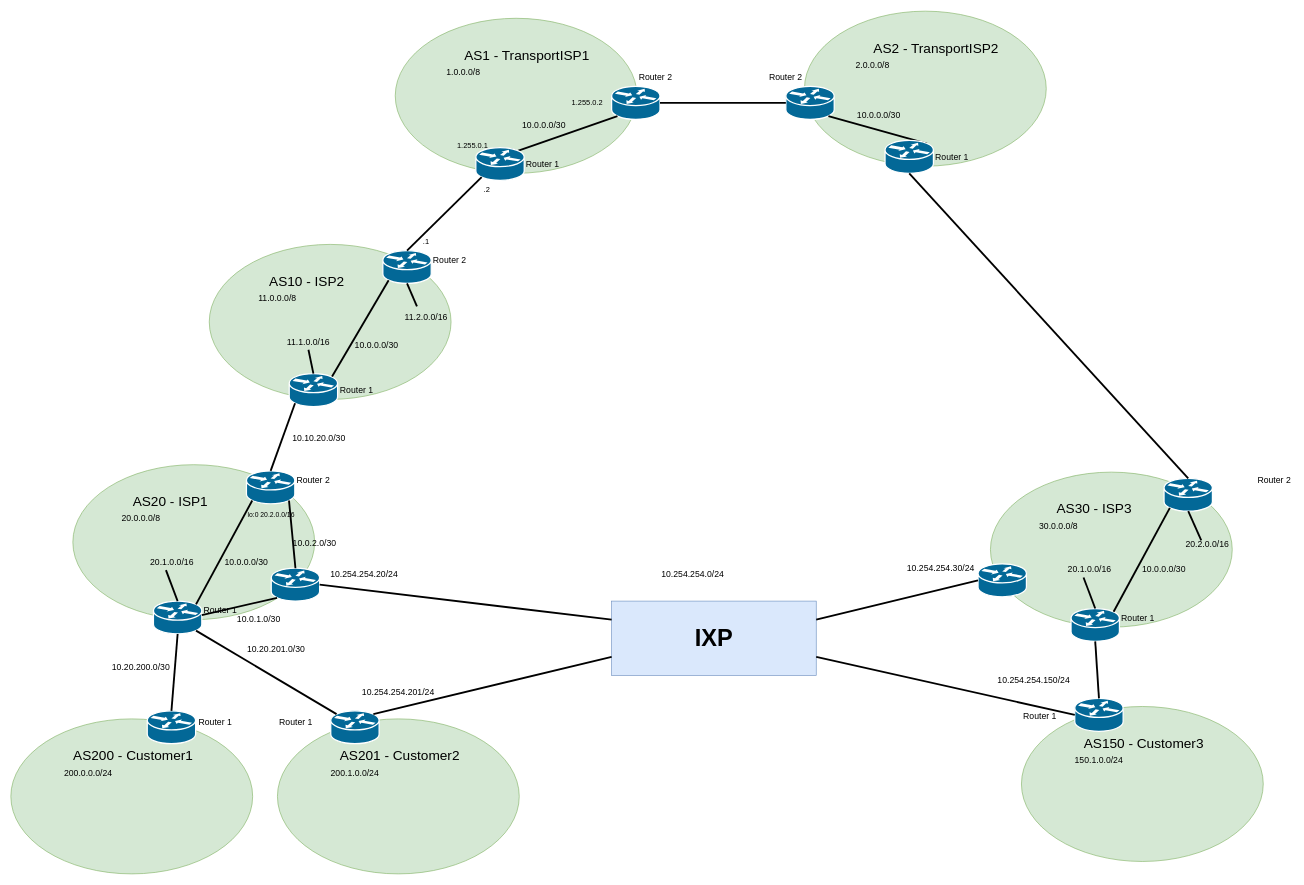
ThetaRangers/KatharaRPKI keeps this draw.io diagram as starting_topology.drawio. Above is the earlier version. Source tidied: cells renumbered, new cells numbered last; positions are measured from the earlier drawing's top-left corner, leaving out a move shared by most shapes. Both pictures are drawn from the tidied source at 62%, with x=0, y=0 at pixel (11, 11).
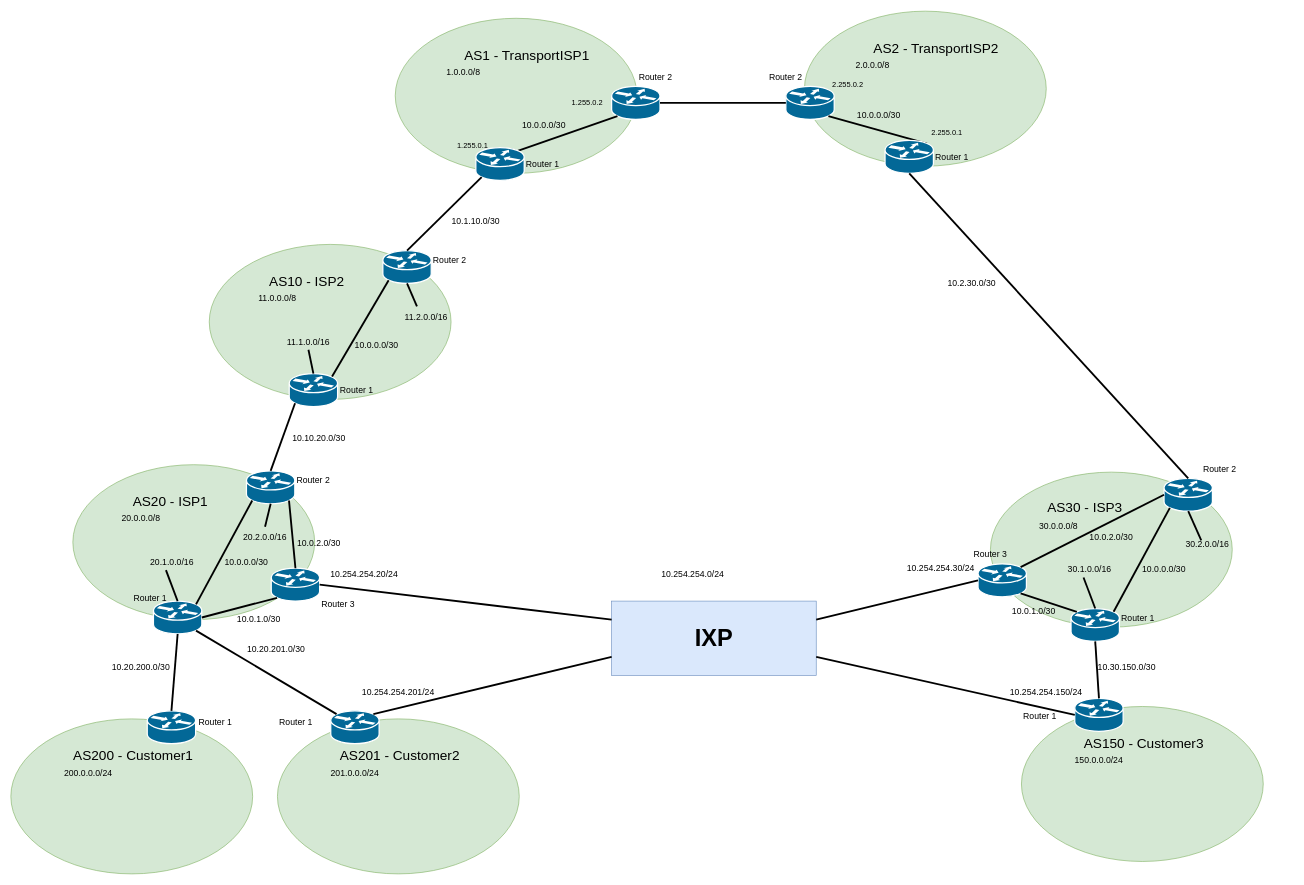
Above is the later version.

The change refers to these unchanged cells:
```xml
<mxCell id="2" style="group;" parent="1" vertex="1">
  <mxGeometry x="100" y="732" width="390" height="273" as="geometry" />
</mxCell>
<mxCell id="5" style="shape=mxgraph.cisco.routers.router;sketch=0;html=1;dashed=0;fillColor=#036897;strokeColor=#ffffff;strokeWidth=2;verticalLabelPosition=bottom;verticalAlign=top;align=center;outlineConnect=0;" parent="2" vertex="1">
  <mxGeometry x="130" y="220" width="78" height="53" as="geometry" />
</mxCell>
<mxCell id="7" style="shape=mxgraph.cisco.routers.router;sketch=0;html=1;dashed=0;fillColor=#036897;strokeColor=#ffffff;strokeWidth=2;verticalLabelPosition=bottom;verticalAlign=top;align=center;outlineConnect=0;" parent="2" vertex="1">
  <mxGeometry x="280" y="10" width="78" height="53" as="geometry" />
</mxCell>
<mxCell id="14" style="shape=mxgraph.cisco.routers.router;sketch=0;html=1;dashed=0;fillColor=#036897;strokeColor=#ffffff;strokeWidth=2;verticalLabelPosition=bottom;verticalAlign=top;align=center;outlineConnect=0;" parent="2" vertex="1">
  <mxGeometry x="320" y="167" width="78" height="53" as="geometry" />
</mxCell>
<mxCell id="26" style="group;" parent="1" vertex="1">
  <mxGeometry x="430" y="1142" width="390" height="250" as="geometry" />
</mxCell>
<mxCell id="66" style="group;" parent="1" vertex="1">
  <mxGeometry x="1580" y="744" width="390" height="273" as="geometry" />
</mxCell>
<mxCell id="69" style="shape=mxgraph.cisco.routers.router;sketch=0;html=1;dashed=0;fillColor=#036897;strokeColor=#ffffff;strokeWidth=2;verticalLabelPosition=bottom;verticalAlign=top;align=center;outlineConnect=0;" parent="66" vertex="1">
  <mxGeometry x="130" y="220" width="78" height="53" as="geometry" />
</mxCell>
<mxCell id="71" style="shape=mxgraph.cisco.routers.router;sketch=0;html=1;dashed=0;fillColor=#036897;strokeColor=#ffffff;strokeWidth=2;verticalLabelPosition=bottom;verticalAlign=top;align=center;outlineConnect=0;" parent="66" vertex="1">
  <mxGeometry x="280" y="10" width="78" height="53" as="geometry" />
</mxCell>
<mxCell id="79" style="shape=mxgraph.cisco.routers.router;sketch=0;html=1;dashed=0;fillColor=#036897;strokeColor=#ffffff;strokeWidth=2;verticalLabelPosition=bottom;verticalAlign=top;align=center;outlineConnect=0;" parent="66" vertex="1">
  <mxGeometry x="-20" y="148" width="78" height="53" as="geometry" />
</mxCell>
<mxCell id="82" style="group;" parent="1" vertex="1">
  <mxGeometry x="1630" y="1122" width="390" height="250" as="geometry" />
</mxCell>
```

What changed in the source:
```diff
@@
-    <mxCell id="11" value="&lt;font style=&quot;&quot;&gt;&lt;font style=&quot;font-size: 11px;&quot;&gt;lo:0 20.2.0.0/16&lt;/font&gt;&lt;br&gt;&lt;/font&gt;" style="text;html=1;strokeColor=none;fillColor=none;align=center;verticalAlign=middle;whiteSpace=wrap;rounded=0;fontSize=22;" parent="2" vertex="1">
-      <mxGeometry x="280" y="63" width="80" height="30" as="geometry" />
-    </mxCell>
     <mxCell id="12" value="Router 1" style="text;html=1;strokeColor=none;fillColor=none;align=center;verticalAlign=middle;whiteSpace=wrap;rounded=0;fontSize=14;" parent="2" vertex="1">
-      <mxGeometry x="208" y="220" width="60" height="30" as="geometry" />
+      <mxGeometry x="95" y="200" width="60" height="30" as="geometry" />
     </mxCell>
@@
-    <mxCell id="16" style="endArrow=none;html=1;rounded=0;fontSize=22;entryX=0.12;entryY=0.9;entryDx=0;entryDy=0;entryPerimeter=0;exitX=0;exitY=0.75;exitDx=0;exitDy=0;strokeWidth=3;" parent="2" edge="1" source="12" target="14">
+    <mxCell id="16" style="endArrow=none;html=1;rounded=0;fontSize=22;entryX=0.12;entryY=0.9;entryDx=0;entryDy=0;entryPerimeter=0;strokeWidth=3;exitX=1;exitY=0.5;exitDx=0;exitDy=0;exitPerimeter=0;" parent="2" edge="1" source="5" target="14">
       <mxGeometry relative="1" as="geometry" />
     </mxCell>
@@
+    <mxCell id="108" value="&lt;font style=&quot;font-size: 14px;&quot;&gt;20.2.0.0/16&lt;br&gt;&lt;/font&gt;" style="text;html=1;strokeColor=none;fillColor=none;align=center;verticalAlign=middle;whiteSpace=wrap;rounded=0;fontSize=22;" parent="2" vertex="1">
+      <mxGeometry x="280" y="100" width="60" height="30" as="geometry" />
+    </mxCell>
+    <mxCell id="109" style="endArrow=none;html=1;rounded=0;fontSize=14;strokeWidth=3;exitX=0.5;exitY=0;exitDx=0;exitDy=0;entryX=0.5;entryY=1;entryDx=0;entryDy=0;entryPerimeter=0;" parent="2" edge="1" source="108" target="7">
+      <mxGeometry relative="1" as="geometry" />
+    </mxCell>
@@
-    <mxCell id="30" value="&lt;font style=&quot;font-size: 14px;&quot;&gt;200.1.0.0/24&lt;/font&gt;" style="text;html=1;strokeColor=none;fillColor=none;align=center;verticalAlign=middle;whiteSpace=wrap;rounded=0;fontSize=22;" parent="26" vertex="1">
+    <mxCell id="30" value="&lt;font style=&quot;font-size: 14px;&quot;&gt;201.0.0.0/24&lt;/font&gt;" style="text;html=1;strokeColor=none;fillColor=none;align=center;verticalAlign=middle;whiteSpace=wrap;rounded=0;fontSize=22;" parent="26" vertex="1">
       <mxGeometry x="95" y="70" width="60" height="30" as="geometry" />
     </mxCell>
@@
     <mxCell id="68" value="&lt;font style=&quot;font-size: 22px;&quot;&gt;AS30 - ISP3&lt;/font&gt;" style="text;html=1;strokeColor=none;fillColor=none;align=center;verticalAlign=middle;whiteSpace=wrap;rounded=0;" parent="66" vertex="1">
-      <mxGeometry x="95" y="40" width="145" height="40" as="geometry" />
+      <mxGeometry x="80" y="38" width="145" height="40" as="geometry" />
     </mxCell>
@@
-    <mxCell id="74" value="&lt;font style=&quot;font-size: 14px;&quot;&gt;20.1.0.0/16&lt;br&gt;&lt;/font&gt;" style="text;html=1;strokeColor=none;fillColor=none;align=center;verticalAlign=middle;whiteSpace=wrap;rounded=0;fontSize=22;" parent="66" vertex="1">
+    <mxCell id="74" value="&lt;font style=&quot;font-size: 14px;&quot;&gt;30.1.0.0/16&lt;br&gt;&lt;/font&gt;" style="text;html=1;strokeColor=none;fillColor=none;align=center;verticalAlign=middle;whiteSpace=wrap;rounded=0;fontSize=22;" parent="66" vertex="1">
       <mxGeometry x="130" y="140" width="60" height="30" as="geometry" />
     </mxCell>
-    <mxCell id="75" value="&lt;font style=&quot;font-size: 14px;&quot;&gt;20.2.0.0/16&lt;br&gt;&lt;/font&gt;" style="text;html=1;strokeColor=none;fillColor=none;align=center;verticalAlign=middle;whiteSpace=wrap;rounded=0;fontSize=22;" parent="66" vertex="1">
+    <mxCell id="75" value="&lt;font style=&quot;font-size: 14px;&quot;&gt;30.2.0.0/16&lt;br&gt;&lt;/font&gt;" style="text;html=1;strokeColor=none;fillColor=none;align=center;verticalAlign=middle;whiteSpace=wrap;rounded=0;fontSize=22;" parent="66" vertex="1">
       <mxGeometry x="320" y="100" width="60" height="30" as="geometry" />
     </mxCell>
@@
-    <mxCell id="80" value="Router 2" style="text;html=1;strokeColor=none;fillColor=none;align=center;verticalAlign=middle;whiteSpace=wrap;rounded=0;fontSize=14;" parent="1" vertex="1">
-      <mxGeometry x="2008" y="742" width="60" height="30" as="geometry" />
-    </mxCell>
+    <mxCell id="110" style="endArrow=none;html=1;rounded=0;fontSize=22;entryX=0.88;entryY=0.9;entryDx=0;entryDy=0;entryPerimeter=0;exitX=0.12;exitY=0.1;exitDx=0;exitDy=0;exitPerimeter=0;strokeWidth=3;" parent="66" edge="1" source="69" target="79">
+      <mxGeometry relative="1" as="geometry" />
+    </mxCell>
+    <mxCell id="111" style="endArrow=none;html=1;rounded=0;fontSize=22;entryX=0.88;entryY=0.1;entryDx=0;entryDy=0;entryPerimeter=0;exitX=0;exitY=0.5;exitDx=0;exitDy=0;exitPerimeter=0;strokeWidth=3;" parent="66" edge="1" source="71" target="79">
+      <mxGeometry relative="1" as="geometry" />
+    </mxCell>
+    <mxCell id="112" value="Router 3" style="text;html=1;strokeColor=none;fillColor=none;align=center;verticalAlign=middle;whiteSpace=wrap;rounded=0;fontSize=14;" parent="66" vertex="1">
+      <mxGeometry x="-30" y="118" width="60" height="30" as="geometry" />
+    </mxCell>
+    <mxCell id="113" value="&lt;font style=&quot;font-size: 14px;&quot;&gt;10.0.2.0/30&lt;br&gt;&lt;/font&gt;" style="text;html=1;strokeColor=none;fillColor=none;align=center;verticalAlign=middle;whiteSpace=wrap;rounded=0;fontSize=22;" parent="66" vertex="1">
+      <mxGeometry x="165" y="88" width="60" height="30" as="geometry" />
+    </mxCell>
+    <mxCell id="114" value="&lt;font style=&quot;font-size: 14px;&quot;&gt;10.0.1.0/30&lt;br&gt;&lt;/font&gt;" style="text;html=1;strokeColor=none;fillColor=none;align=center;verticalAlign=middle;whiteSpace=wrap;rounded=0;fontSize=22;" parent="66" vertex="1">
+      <mxGeometry x="40" y="208" width="60" height="30" as="geometry" />
+    </mxCell>
@@
-    <mxCell id="86" value="&lt;font style=&quot;font-size: 14px;&quot;&gt;150.1.0.0/24&lt;/font&gt;" style="text;html=1;strokeColor=none;fillColor=none;align=center;verticalAlign=middle;whiteSpace=wrap;rounded=0;fontSize=22;" parent="82" vertex="1">
+    <mxCell id="86" value="&lt;font style=&quot;font-size: 14px;&quot;&gt;150.0.0.0/24&lt;/font&gt;" style="text;html=1;strokeColor=none;fillColor=none;align=center;verticalAlign=middle;whiteSpace=wrap;rounded=0;fontSize=22;" parent="82" vertex="1">
       <mxGeometry x="95" y="70" width="60" height="30" as="geometry" />
     </mxCell>
@@
-    <mxCell id="98" value=".1" style="text;html=1;strokeColor=none;fillColor=none;align=center;verticalAlign=middle;whiteSpace=wrap;rounded=0;" parent="1" vertex="1">
-      <mxGeometry x="640" y="356.7" width="60" height="30" as="geometry" />
-    </mxCell>
-    <mxCell id="99" value=".2" style="text;html=1;strokeColor=none;fillColor=none;align=center;verticalAlign=middle;whiteSpace=wrap;rounded=0;" parent="1" vertex="1">
-      <mxGeometry x="738" y="273.5" width="60" height="30" as="geometry" />
-    </mxCell>
@@
     <mxCell id="102" value="&lt;font style=&quot;font-size: 14px;&quot;&gt;10.0.2.0/30&lt;br&gt;&lt;/font&gt;" style="text;html=1;strokeColor=none;fillColor=none;align=center;verticalAlign=middle;whiteSpace=wrap;rounded=0;fontSize=22;" parent="1" vertex="1">
-      <mxGeometry x="460" y="842" width="60" height="30" as="geometry" />
+      <mxGeometry x="467" y="842" width="60" height="30" as="geometry" />
     </mxCell>
@@
     <mxCell id="107" value="&lt;font style=&quot;font-size: 14px;&quot;&gt;10.254.254.150/24&lt;br&gt;&lt;/font&gt;" style="text;html=1;strokeColor=none;fillColor=none;align=center;verticalAlign=middle;whiteSpace=wrap;rounded=0;fontSize=22;" parent="1" vertex="1">
-      <mxGeometry x="1620" y="1062" width="60" height="30" as="geometry" />
+      <mxGeometry x="1640" y="1082" width="60" height="30" as="geometry" />
     </mxCell>
+    <mxCell id="115" value="Router 3" style="text;html=1;strokeColor=none;fillColor=none;align=center;verticalAlign=middle;whiteSpace=wrap;rounded=0;fontSize=14;" parent="1" vertex="1">
+      <mxGeometry x="498" y="942" width="60" height="30" as="geometry" />
+    </mxCell>
+    <mxCell id="80" value="Router 2" style="text;html=1;strokeColor=none;fillColor=none;align=center;verticalAlign=middle;whiteSpace=wrap;rounded=0;fontSize=14;" parent="1" vertex="1">
+      <mxGeometry x="1920" y="724" width="60" height="30" as="geometry" />
+    </mxCell>
+    <mxCell id="116" value="&lt;font style=&quot;font-size: 14px;&quot;&gt;10.1.10.0/30&lt;br&gt;&lt;/font&gt;" style="text;html=1;strokeColor=none;fillColor=none;align=center;verticalAlign=middle;whiteSpace=wrap;rounded=0;fontSize=22;" parent="1" vertex="1">
+      <mxGeometry x="720" y="322" width="60" height="30" as="geometry" />
+    </mxCell>
+    <mxCell id="117" value="&lt;font style=&quot;font-size: 14px;&quot;&gt;10.2.30.0/30&lt;br&gt;&lt;/font&gt;" style="text;html=1;strokeColor=none;fillColor=none;align=center;verticalAlign=middle;whiteSpace=wrap;rounded=0;fontSize=22;" parent="1" vertex="1">
+      <mxGeometry x="1520" y="421.7" width="60" height="30" as="geometry" />
+    </mxCell>
+    <mxCell id="118" value="&lt;font style=&quot;font-size: 14px;&quot;&gt;10.30.150.0/30&lt;br&gt;&lt;/font&gt;" style="text;html=1;strokeColor=none;fillColor=none;align=center;verticalAlign=middle;whiteSpace=wrap;rounded=0;fontSize=22;" parent="1" vertex="1">
+      <mxGeometry x="1770" y="1042" width="60" height="30" as="geometry" />
+    </mxCell>
+    <mxCell id="119" value="2.255.0.2" style="text;html=1;strokeColor=none;fillColor=none;align=center;verticalAlign=middle;whiteSpace=wrap;rounded=0;" parent="1" vertex="1">
+      <mxGeometry x="1320" y="103.5" width="60" height="30" as="geometry" />
+    </mxCell>
+    <mxCell id="120" value="2.255.0.1" style="text;html=1;strokeColor=none;fillColor=none;align=center;verticalAlign=middle;whiteSpace=wrap;rounded=0;" parent="1" vertex="1">
+      <mxGeometry x="1480" y="182" width="60" height="30" as="geometry" />
+    </mxCell>
```
